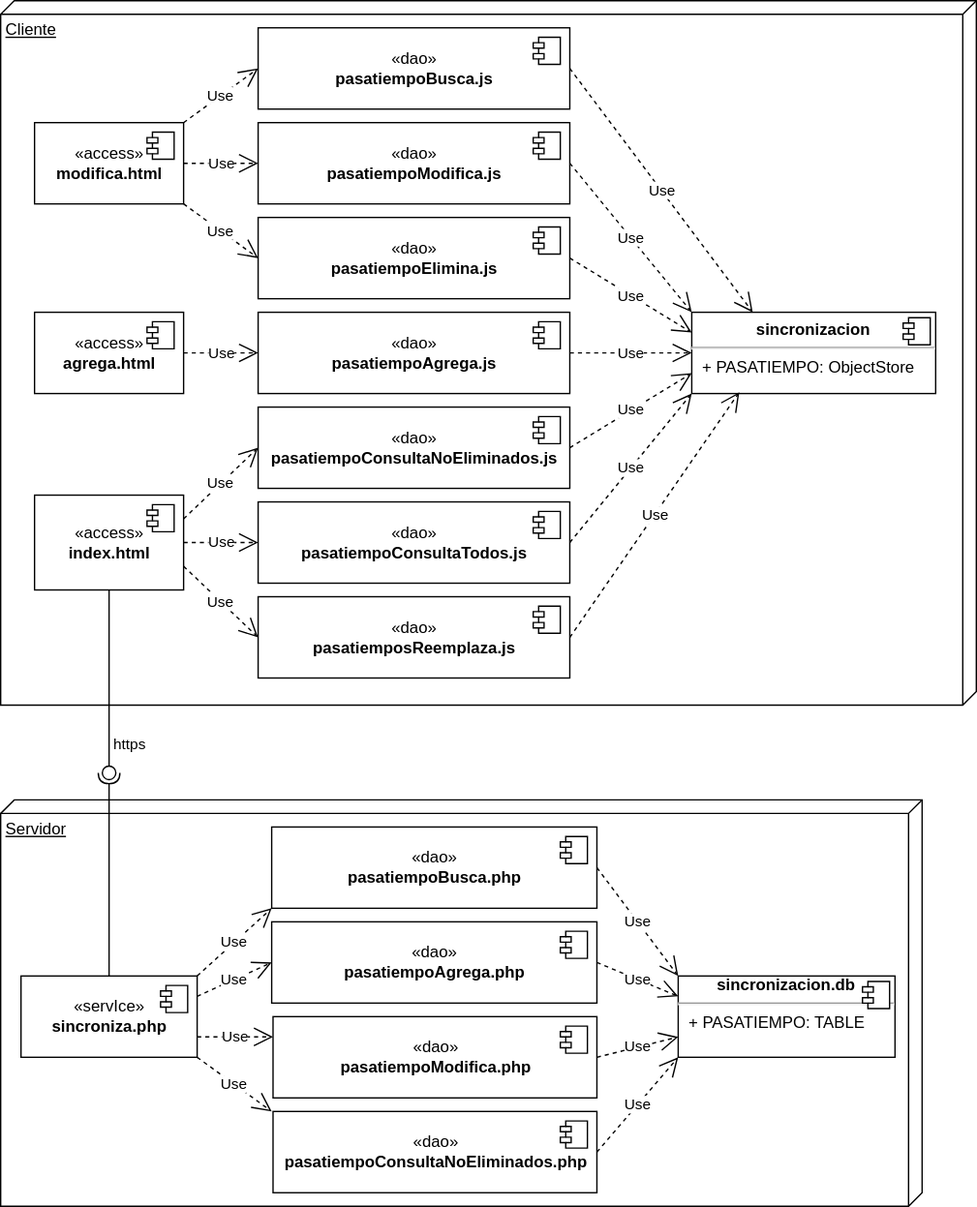
Before: img/m11sincro/sincrodistribucion.drawio.svg, a diagram exported from draw.io (gilpgdm/gilpgdm.github.io). Source tidied: cells renumbered, new cells last; positions are measured from the earlier drawing's top-left corner, leaving out a move shared by most shapes.
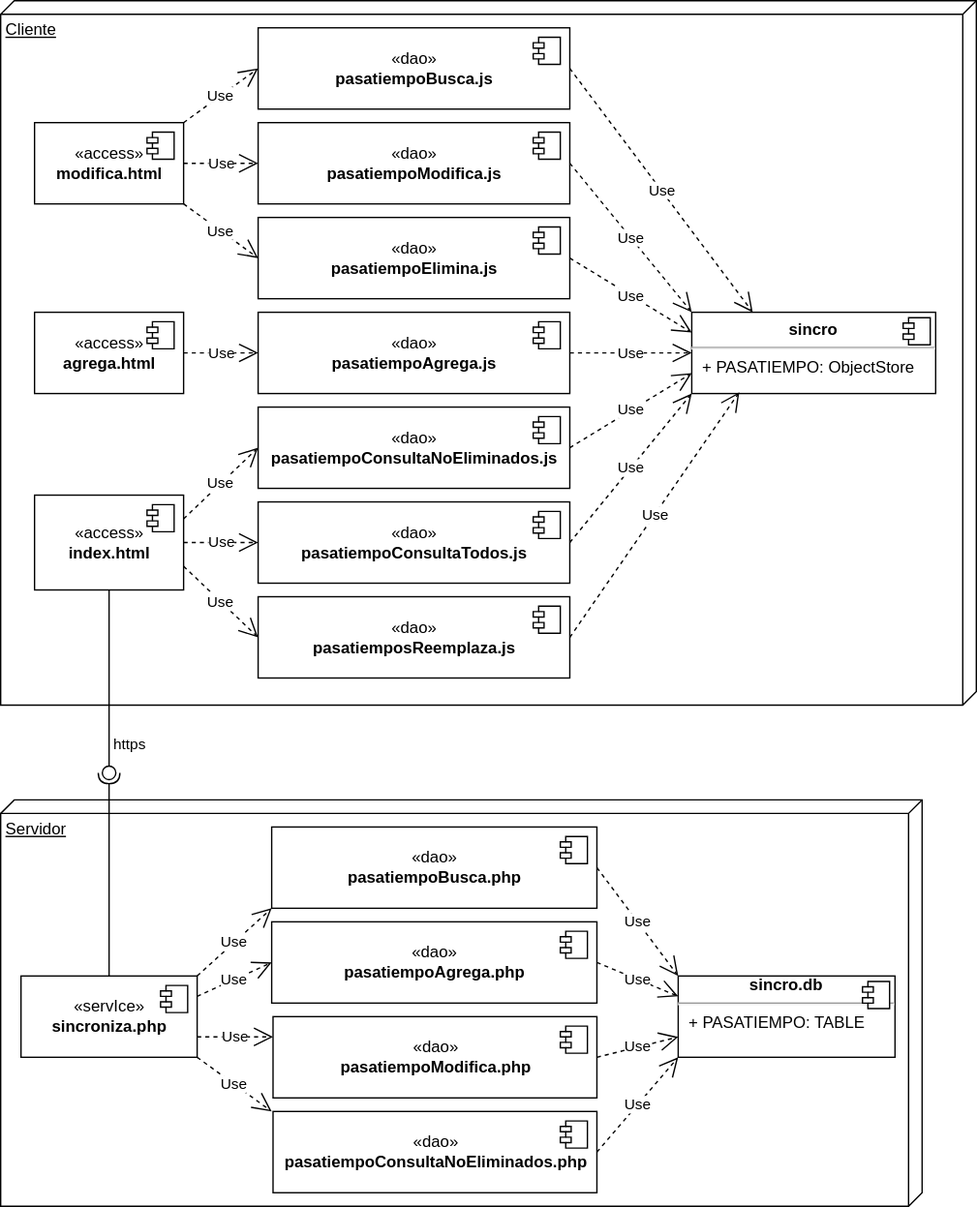
The same diagram one commit later.

Change to the diagram source:
```diff
@@ -61,7 +61,7 @@
     <mxCell id="18" value="Use" style="endArrow=open;endSize=12;dashed=1;html=1;rounded=0;entryX=0;entryY=0.75;entryDx=0;entryDy=0;exitX=1;exitY=0.5;exitDx=0;exitDy=0;" parent="1" edge="1" source="9" target="19">
       <mxGeometry relative="1" as="geometry" />
     </mxCell>
-    <mxCell id="19" value="&lt;p style=&quot;margin:0px;margin-top:6px;text-align:center;&quot;&gt;&lt;b&gt;sincronizacion&lt;/b&gt;&lt;br&gt;&lt;/p&gt;&lt;hr&gt;&lt;p style=&quot;margin:0px;margin-left:8px;&quot;&gt;+ PASATIEMPO: ObjectStore&lt;/p&gt;" style="align=left;overflow=fill;html=1;" parent="1" vertex="1">
+    <mxCell id="19" value="&lt;p style=&quot;margin:0px;margin-top:6px;text-align:center;&quot;&gt;&lt;b&gt;sincro&lt;/b&gt;&lt;br&gt;&lt;/p&gt;&lt;hr&gt;&lt;p style=&quot;margin:0px;margin-left:8px;&quot;&gt;+ PASATIEMPO: ObjectStore&lt;/p&gt;" style="align=left;overflow=fill;html=1;" parent="1" vertex="1">
       <mxGeometry x="510" y="230" width="180" height="60" as="geometry" />
     </mxCell>
     <mxCell id="20" style="shape=component;jettyWidth=8;jettyHeight=4;" parent="19" vertex="1">
@@ -141,7 +141,7 @@
     <mxCell id="40" value="Use" style="endArrow=open;endSize=12;dashed=1;html=1;rounded=0;entryX=0;entryY=1;entryDx=0;entryDy=0;exitX=1;exitY=0.5;exitDx=0;exitDy=0;" parent="1" edge="1" source="34" target="41">
       <mxGeometry relative="1" as="geometry" />
     </mxCell>
-    <mxCell id="41" value="&lt;div style=&quot;text-align: center;&quot;&gt;&lt;b&gt;sincronizacion&lt;/b&gt;&lt;b style=&quot;background-color: initial;&quot;&gt;.db&lt;/b&gt;&lt;/div&gt;&lt;hr&gt;&lt;p style=&quot;margin:0px;margin-left:8px;&quot;&gt;+ PASATIEMPO: TABLE&lt;/p&gt;" style="align=left;overflow=fill;html=1;" parent="1" vertex="1">
+    <mxCell id="41" value="&lt;div style=&quot;text-align: center;&quot;&gt;&lt;b&gt;sincro&lt;/b&gt;&lt;b style=&quot;background-color: initial;&quot;&gt;.db&lt;/b&gt;&lt;/div&gt;&lt;hr&gt;&lt;p style=&quot;margin:0px;margin-left:8px;&quot;&gt;+ PASATIEMPO: TABLE&lt;/p&gt;" style="align=left;overflow=fill;html=1;" parent="1" vertex="1">
       <mxGeometry x="500" y="720" width="160" height="60" as="geometry" />
     </mxCell>
     <mxCell id="42" style="shape=component;jettyWidth=8;jettyHeight=4;" parent="41" vertex="1">
```
